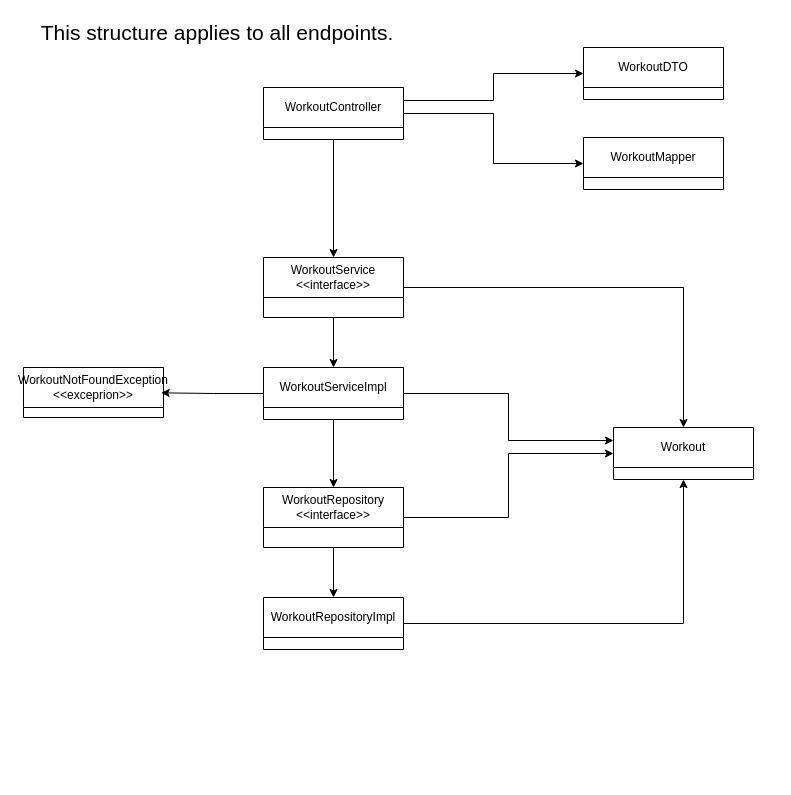
AtanasDimitrov12/FitnessApp-Backend keeps this draw.io diagram as page "C4 Implementation details" (4 of 4) of C4 Diagram/FitnessAppDiagram.drawio. Above is the earlier version. Source tidied: cells renumbered, new cells numbered last; positions are measured from the earlier drawing's top-left corner, leaving out a move shared by most shapes. Both pictures are drawn from the tidied source at 100%, with x=0, y=0 at pixel (17, 17).
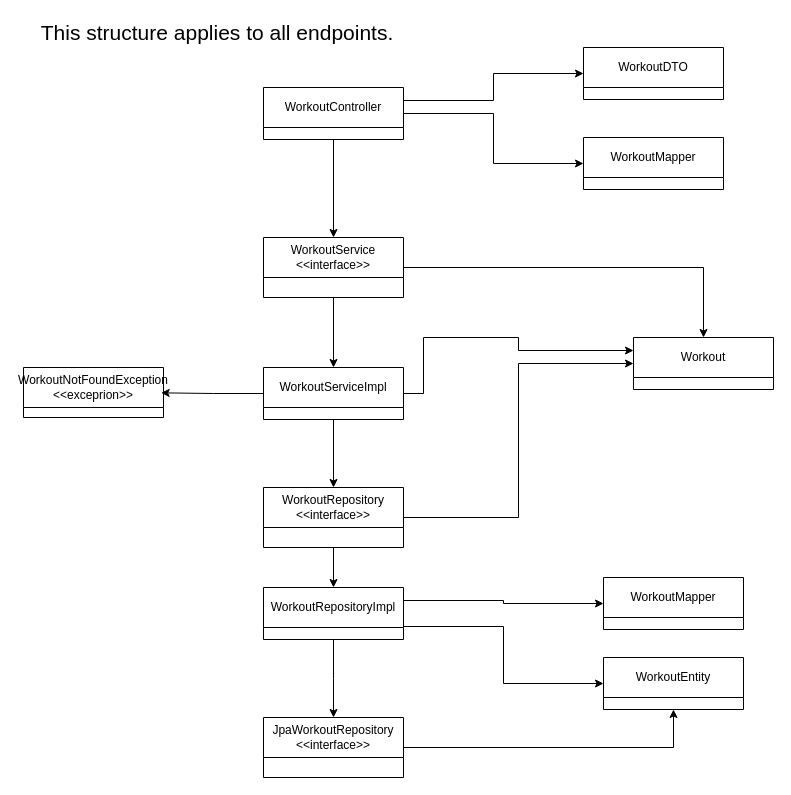
Above is the later version.

The change refers to these unchanged cells:
```xml
<mxCell id="11" value="WorkoutServiceImpl" style="swimlane;fontStyle=0;horizontal=1;startSize=40;fillColor=none;whiteSpace=wrap;html=1;" parent="1" vertex="1">
  <mxGeometry x="246" y="350" width="140" height="52" as="geometry" />
</mxCell>
```

What changed in the source:
```diff
@@
     <mxCell id="8" value="WorkoutService&lt;div&gt;&amp;lt;&amp;lt;interface&amp;gt;&amp;gt;&lt;/div&gt;" style="swimlane;fontStyle=0;horizontal=1;startSize=40;fillColor=none;whiteSpace=wrap;html=1;" parent="1" vertex="1">
-      <mxGeometry x="246" y="240" width="140" height="60" as="geometry" />
+      <mxGeometry x="246" y="220" width="140" height="60" as="geometry" />
     </mxCell>
@@
     <mxCell id="10" style="edgeStyle=orthogonalEdgeStyle;rounded=0;jettySize=auto;html=1;exitX=1;exitY=0.5;exitDx=0;exitDy=0;entryX=0;entryY=0.25;entryDx=0;entryDy=0;" parent="1" edge="1" source="11" target="19">
-      <mxGeometry relative="1" as="geometry" />
+      <mxGeometry relative="1" as="geometry">
+        <Array as="points">
+          <mxPoint x="406" y="376" />
+          <mxPoint x="406" y="320" />
+          <mxPoint x="501" y="320" />
+          <mxPoint x="501" y="333" />
+        </Array>
+      </mxGeometry>
     </mxCell>
@@
-    <mxCell id="15" style="edgeStyle=orthogonalEdgeStyle;rounded=0;jettySize=auto;html=1;exitX=1;exitY=0.5;exitDx=0;exitDy=0;entryX=0.5;entryY=1;entryDx=0;entryDy=0;" parent="1" edge="1" source="16" target="19">
-      <mxGeometry relative="1" as="geometry" />
-    </mxCell>
+    <mxCell id="23" style="edgeStyle=orthogonalEdgeStyle;rounded=0;jettySize=auto;html=1;exitX=1;exitY=0.25;exitDx=0;exitDy=0;" parent="1" edge="1" source="16" target="26">
+      <mxGeometry relative="1" as="geometry" />
+    </mxCell>
+    <mxCell id="24" style="edgeStyle=orthogonalEdgeStyle;rounded=0;jettySize=auto;html=1;exitX=1;exitY=0.75;exitDx=0;exitDy=0;entryX=0;entryY=0.5;entryDx=0;entryDy=0;" parent="1" edge="1" source="16" target="27">
+      <mxGeometry relative="1" as="geometry" />
+    </mxCell>
+    <mxCell id="25" style="edgeStyle=orthogonalEdgeStyle;rounded=0;jettySize=auto;html=1;exitX=0.5;exitY=1;exitDx=0;exitDy=0;" parent="1" edge="1" source="16">
+      <mxGeometry relative="1" as="geometry">
+        <mxPoint x="316" y="700" as="targetPoint" />
+      </mxGeometry>
+    </mxCell>
     <mxCell id="16" value="WorkoutRepositoryImpl" style="swimlane;fontStyle=0;horizontal=1;startSize=40;fillColor=none;whiteSpace=wrap;html=1;" parent="1" vertex="1">
-      <mxGeometry x="246" y="580" width="140" height="52" as="geometry" />
+      <mxGeometry x="246" y="570" width="140" height="52" as="geometry" />
     </mxCell>
@@
     <mxCell id="19" value="Workout" style="swimlane;fontStyle=0;horizontal=1;startSize=40;fillColor=none;whiteSpace=wrap;html=1;" parent="1" vertex="1">
-      <mxGeometry x="596" y="410" width="140" height="52" as="geometry" />
+      <mxGeometry x="616" y="320" width="140" height="52" as="geometry" />
     </mxCell>
@@
+    <mxCell id="26" value="WorkoutMapper" style="swimlane;fontStyle=0;horizontal=1;startSize=40;fillColor=none;whiteSpace=wrap;html=1;" parent="1" vertex="1">
+      <mxGeometry x="586" y="560" width="140" height="52" as="geometry" />
+    </mxCell>
+    <mxCell id="27" value="WorkoutEntity" style="swimlane;fontStyle=0;horizontal=1;startSize=40;fillColor=none;whiteSpace=wrap;html=1;" parent="1" vertex="1">
+      <mxGeometry x="586" y="640" width="140" height="52" as="geometry" />
+    </mxCell>
+    <mxCell id="28" style="edgeStyle=orthogonalEdgeStyle;rounded=0;jettySize=auto;html=1;exitX=1;exitY=0.5;exitDx=0;exitDy=0;entryX=0.5;entryY=1;entryDx=0;entryDy=0;" parent="1" edge="1" source="29" target="27">
+      <mxGeometry relative="1" as="geometry" />
+    </mxCell>
+    <mxCell id="29" value="JpaWorkoutRepository&lt;div&gt;&amp;lt;&amp;lt;interface&amp;gt;&amp;gt;&lt;/div&gt;" style="swimlane;fontStyle=0;horizontal=1;startSize=40;fillColor=none;whiteSpace=wrap;html=1;" parent="1" vertex="1">
+      <mxGeometry x="246" y="700" width="140" height="60" as="geometry" />
+    </mxCell>
```
